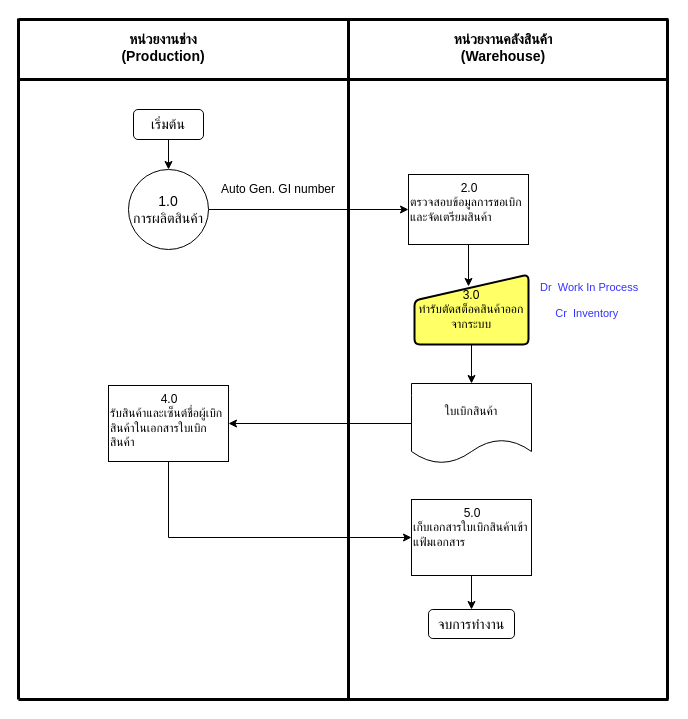
Above: page "GI to MO" (4 of 9) of Untitled Diagram.drawio in Rattapornp94/hello-wold (draw.io), before the change. Source tidied: cells renumbered, new cells numbered last; positions are measured from the earlier drawing's top-left corner, leaving out a move shared by most shapes. Both pictures are drawn from the tidied source at 100%, with x=0, y=0 at pixel (18, 18).
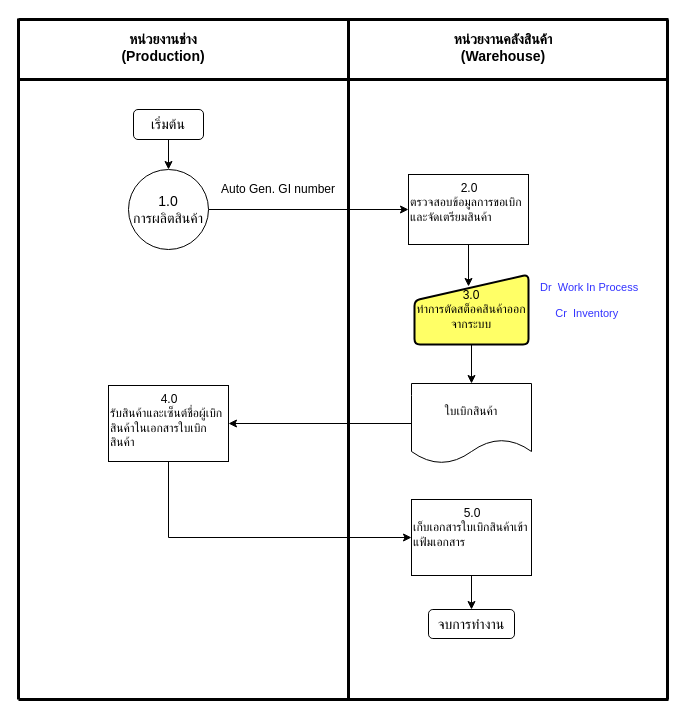
Above is the later version.

What changed in the source:
```diff
@@
-    <mxCell id="14" value="3.0&lt;br&gt;ทำรับตัดสต็อคสินค้าออกจากระบบ" style="html=1;strokeWidth=2;shape=manualInput;whiteSpace=wrap;rounded=1;size=26;arcSize=11;fontSize=12;align=center;verticalAlign=middle;fillColor=#FFFF66;" parent="1" vertex="1">
+    <mxCell id="14" value="3.0&lt;br&gt;ทำการตัดสต็อคสินค้าออกจากระบบ" style="html=1;strokeWidth=2;shape=manualInput;whiteSpace=wrap;rounded=1;size=26;arcSize=11;fontSize=12;align=center;verticalAlign=middle;fillColor=#FFFF66;" parent="1" vertex="1">
       <mxGeometry x="396" y="256" width="114" height="70" as="geometry" />
     </mxCell>
```
